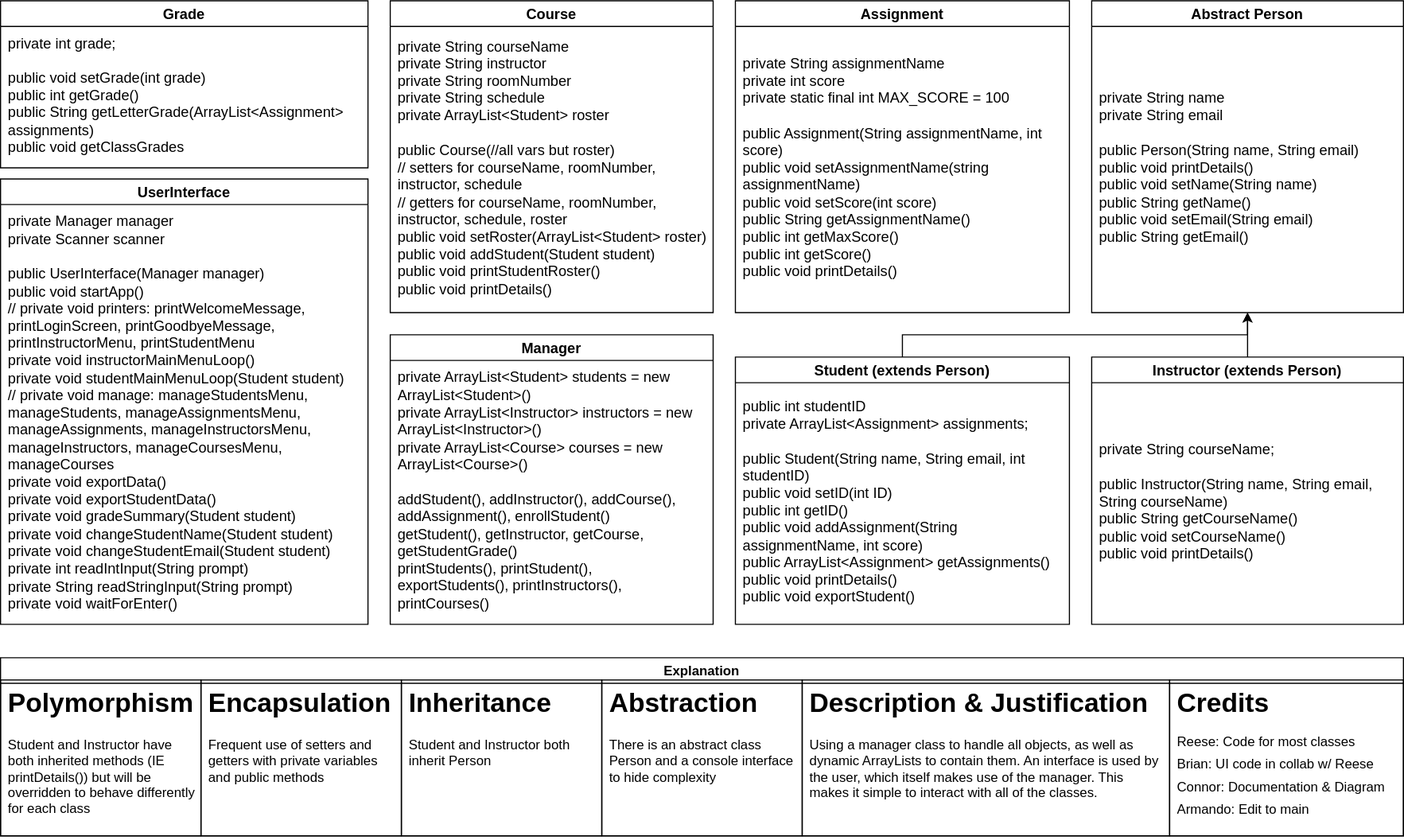
Earlier version of the draw.io export CourseManagementSystem_Team-Design.drawio.svg (brianrey/PasoEats). Source tidied: cells renumbered, new cells last; positions are measured from the earlier drawing's top-left corner, leaving out a move shared by most shapes.
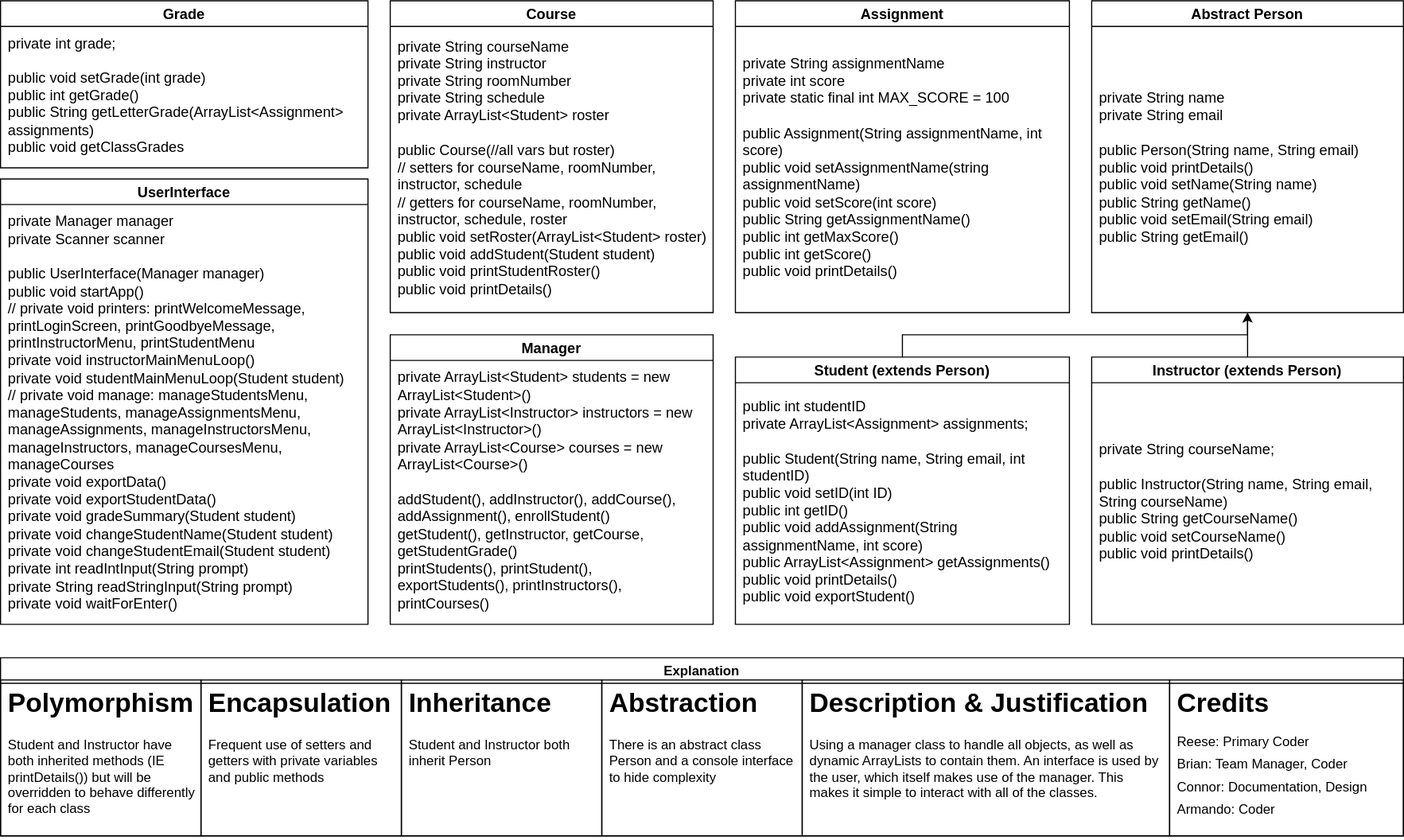
After the change.

The edit, as a diff of the source:
```diff
@@ -68,7 +68,7 @@
     <mxCell id="23" value="&lt;h1 style=&quot;margin-top: 0px;&quot;&gt;Description &amp;amp; Justification&lt;/h1&gt;&lt;p&gt;Using a manager class to handle all objects, as well as dynamic ArrayLists to contain them. An interface is used by the user, which itself makes use of the manager. This makes it simple to interact with all of the classes.&lt;/p&gt;" style="text;html=1;whiteSpace=wrap;overflow=hidden;rounded=0;spacingRight=5;spacingLeft=5;strokeColor=default;align=left;spacing=2;labelBackgroundColor=none;labelBorderColor=none;textShadow=0;" parent="18" vertex="1">
       <mxGeometry x="720" y="20" width="330" height="140" as="geometry" />
     </mxCell>
-    <mxCell id="24" value="&lt;h1 style=&quot;margin-top: 0px;&quot;&gt;Credits&lt;/h1&gt;&lt;p style=&quot;line-height: 70%;&quot;&gt;Reese: Code for most classes&lt;/p&gt;&lt;p style=&quot;line-height: 70%;&quot;&gt;Brian: UI code in collab w/ Reese&lt;/p&gt;&lt;p style=&quot;line-height: 70%;&quot;&gt;Connor: Documentation &amp;amp; Diagram&lt;/p&gt;&lt;p style=&quot;line-height: 70%;&quot;&gt;Armando: Edit to main&lt;/p&gt;" style="text;html=1;whiteSpace=wrap;overflow=hidden;rounded=0;spacingRight=5;spacingLeft=5;strokeColor=default;align=left;spacing=2;labelBackgroundColor=none;labelBorderColor=none;textShadow=0;" parent="18" vertex="1">
+    <mxCell id="24" value="&lt;h1 style=&quot;margin-top: 0px;&quot;&gt;Credits&lt;/h1&gt;&lt;p style=&quot;line-height: 70%;&quot;&gt;Reese: Primary Coder&lt;/p&gt;&lt;p style=&quot;line-height: 70%;&quot;&gt;Brian: Team Manager, Coder&lt;/p&gt;&lt;p style=&quot;line-height: 70%;&quot;&gt;Connor: Documentation, Design&lt;/p&gt;&lt;p style=&quot;line-height: 70%;&quot;&gt;Armando: Coder&lt;/p&gt;" style="text;html=1;whiteSpace=wrap;overflow=hidden;rounded=0;spacingRight=5;spacingLeft=5;strokeColor=default;align=left;spacing=2;labelBackgroundColor=none;labelBorderColor=none;textShadow=0;" parent="18" vertex="1">
       <mxGeometry x="1050" y="20" width="210" height="140" as="geometry" />
     </mxCell>
     <mxCell id="25" value="UserInterface" style="swimlane;whiteSpace=wrap;html=1;fontSize=13;align=center;spacingLeft=5;spacingRight=5;spacing=2;labelBackgroundColor=none;labelBorderColor=none;textShadow=0;" parent="1" vertex="1">
```
